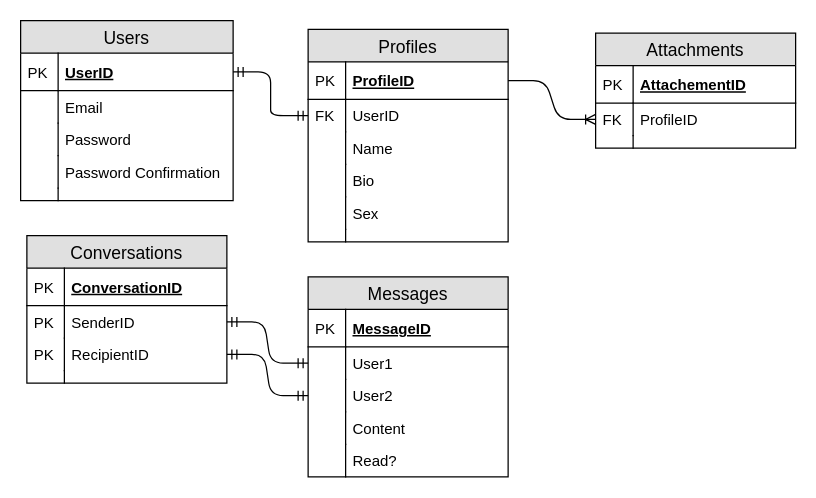
This is assessment docs/Untitled Diagram.drawio from gjohn34/Rails-Assessment, a draw.io file, before an edit. Source tidied: cells renumbered, new cells numbered last; positions are measured from the earlier drawing's top-left corner, leaving out a move shared by most shapes. Both pictures are drawn from the tidied source at 125%, with x=0, y=0 at pixel (20, 20).
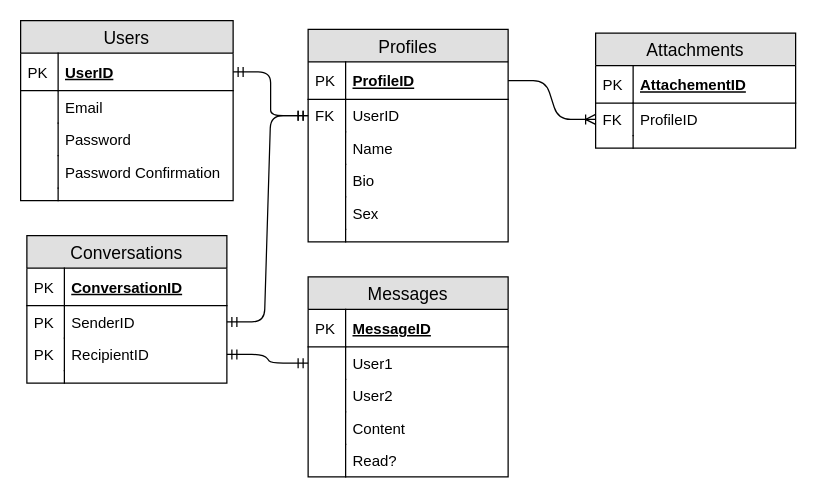
After the change.

Unchanged cells that the change refers to:
```xml
<mxCell id="16" value="UserID" style="shape=partialRectangle;top=0;left=0;right=0;bottom=0;align=left;verticalAlign=top;fillColor=none;spacingLeft=34;spacingRight=4;overflow=hidden;points=[[0,0.5],[1,0.5]];portConstraint=eastwest;fontSize=12;fontStyle=0;" parent="13" vertex="1">
  <mxGeometry y="56" width="160" height="26" as="geometry" />
</mxCell>
<mxCell id="38" value="User1" style="shape=partialRectangle;top=0;left=0;right=0;bottom=0;align=left;verticalAlign=top;fillColor=none;spacingLeft=34;spacingRight=4;overflow=hidden;points=[[0,0.5],[1,0.5]];portConstraint=eastwest;fontSize=12;" parent="35" vertex="1">
  <mxGeometry y="56" width="160" height="26" as="geometry" />
</mxCell>
<mxCell id="40" value="User2" style="shape=partialRectangle;top=0;left=0;right=0;bottom=0;align=left;verticalAlign=top;fillColor=none;spacingLeft=34;spacingRight=4;overflow=hidden;points=[[0,0.5],[1,0.5]];portConstraint=eastwest;fontSize=12;" parent="35" vertex="1">
  <mxGeometry y="82" width="160" height="26" as="geometry" />
</mxCell>
<mxCell id="49" value="SenderID" style="shape=partialRectangle;top=0;left=0;right=0;bottom=0;align=left;verticalAlign=top;fillColor=none;spacingLeft=34;spacingRight=4;overflow=hidden;points=[[0,0.5],[1,0.5]];portConstraint=eastwest;fontSize=12;" parent="46" vertex="1">
  <mxGeometry y="56" width="160" height="26" as="geometry" />
</mxCell>
<mxCell id="51" value="RecipientID" style="shape=partialRectangle;top=0;left=0;right=0;bottom=0;align=left;verticalAlign=top;fillColor=none;spacingLeft=34;spacingRight=4;overflow=hidden;points=[[0,0.5],[1,0.5]];portConstraint=eastwest;fontSize=12;" parent="46" vertex="1">
  <mxGeometry y="82" width="160" height="26" as="geometry" />
</mxCell>
```

Change to the diagram source:
```diff
@@
-    <mxCell id="55" style="edgeStyle=entityRelationEdgeStyle;fontSize=12;html=1;endArrow=ERmandOne;startArrow=ERmandOne;exitX=1;exitY=0.5;exitDx=0;exitDy=0;" parent="1" edge="1" source="49" target="38">
+    <mxCell id="55" style="edgeStyle=entityRelationEdgeStyle;fontSize=12;html=1;endArrow=ERmandOne;startArrow=ERmandOne;exitX=1;exitY=0.5;exitDx=0;exitDy=0;" parent="1" edge="1" source="49" target="16">
       <mxGeometry relative="1" as="geometry" />
     </mxCell>
-    <mxCell id="56" style="edgeStyle=entityRelationEdgeStyle;fontSize=12;html=1;endArrow=ERmandOne;startArrow=ERmandOne;entryX=0;entryY=0.5;entryDx=0;entryDy=0;exitX=1;exitY=0.5;exitDx=0;exitDy=0;" parent="1" edge="1" source="51" target="40">
+    <mxCell id="56" style="edgeStyle=entityRelationEdgeStyle;fontSize=12;html=1;endArrow=ERmandOne;startArrow=ERmandOne;exitX=1;exitY=0.5;exitDx=0;exitDy=0;" parent="1" edge="1" source="51" target="38">
       <mxGeometry relative="1" as="geometry" />
     </mxCell>
```
